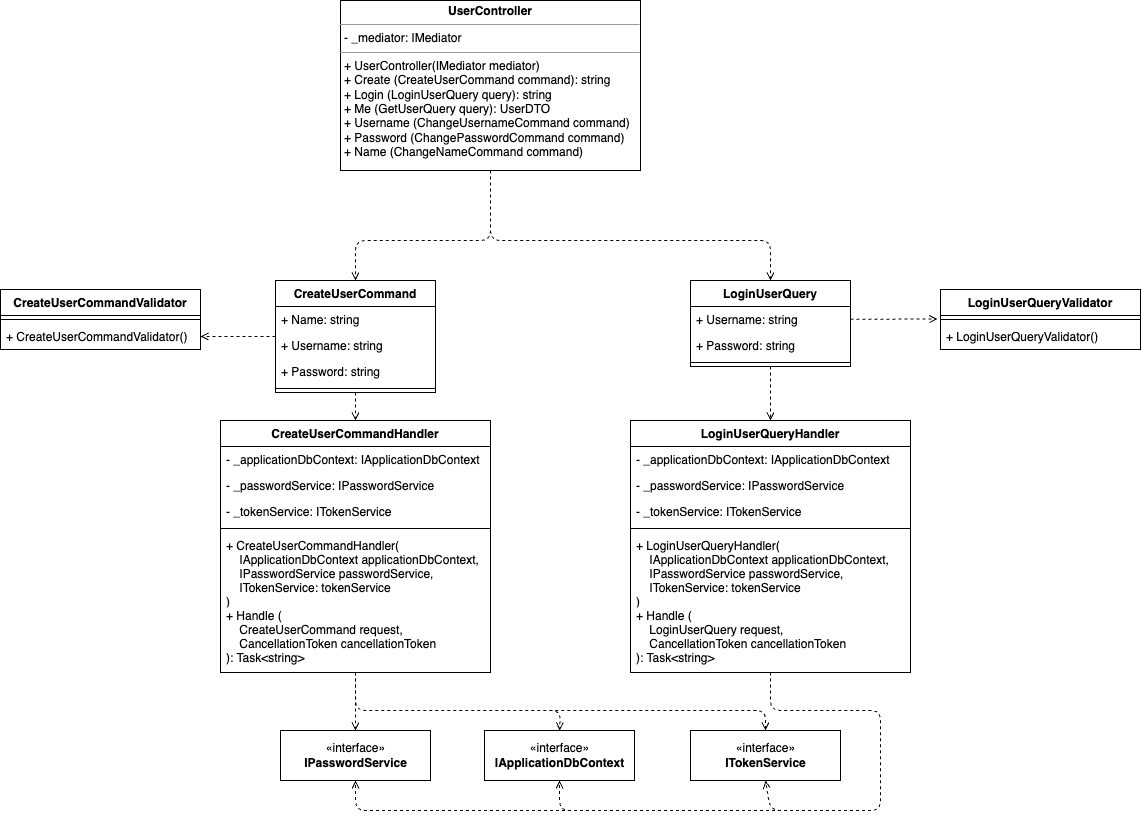
This is documentation/classes/application_layer_classes.drawio.png from Nikditten/BachelorProjekt, a draw.io export, as it was before one commit. Source tidied: cells renumbered, new cells last; positions are measured from the earlier drawing's top-left corner, leaving out a move shared by most shapes. The source it was exported from:
```xml
<mxGraphModel>
  <root>
    <mxCell id="0" />
    <mxCell id="1" parent="0" />
    <mxCell id="2" value="«interface»&lt;br&gt;&lt;b&gt;IApplicationDbContext&lt;/b&gt;" style="html=1;" parent="1" vertex="1">
      <mxGeometry x="484" y="730" width="150" height="50" as="geometry" />
    </mxCell>
    <mxCell id="3" value="«interface»&lt;br&gt;&lt;b&gt;IPasswordService&lt;/b&gt;" style="html=1;" parent="1" vertex="1">
      <mxGeometry x="280" y="730" width="150" height="50" as="geometry" />
    </mxCell>
    <mxCell id="4" value="«interface»&lt;br&gt;&lt;b&gt;ITokenService&lt;/b&gt;" style="html=1;" parent="1" vertex="1">
      <mxGeometry x="690" y="730" width="150" height="50" as="geometry" />
    </mxCell>
    <mxCell id="5" style="edgeStyle=none;html=1;entryX=1;entryY=0.5;entryDx=0;entryDy=0;dashed=1;endArrow=open;endFill=0;" parent="1" edge="1" source="7" target="29">
      <mxGeometry relative="1" as="geometry" />
    </mxCell>
    <mxCell id="6" style="edgeStyle=none;html=1;exitX=0.5;exitY=1;exitDx=0;exitDy=0;entryX=0.5;entryY=0;entryDx=0;entryDy=0;dashed=1;endArrow=open;endFill=0;" parent="1" edge="1" source="7" target="20">
      <mxGeometry relative="1" as="geometry" />
    </mxCell>
    <mxCell id="7" value="CreateUserCommand" style="swimlane;fontStyle=1;align=center;verticalAlign=top;horizontal=1;startSize=26;" parent="1" vertex="1">
      <mxGeometry x="275" y="280" width="160" height="112" as="geometry" />
    </mxCell>
    <mxCell id="8" value="+ Name: string" style="text;strokeColor=none;fillColor=none;align=left;verticalAlign=top;spacingLeft=4;spacingRight=4;overflow=hidden;" parent="7" vertex="1">
      <mxGeometry y="26" width="160" height="26" as="geometry" />
    </mxCell>
    <mxCell id="9" value="+ Username: string" style="text;strokeColor=none;fillColor=none;align=left;verticalAlign=top;spacingLeft=4;spacingRight=4;overflow=hidden;points=[[0,0.5],[1,0.5]];portConstraint=eastwest;" parent="7" vertex="1">
      <mxGeometry y="52" width="160" height="26" as="geometry" />
    </mxCell>
    <mxCell id="10" value="+ Password: string" style="text;strokeColor=none;fillColor=none;align=left;verticalAlign=top;spacingLeft=4;spacingRight=4;overflow=hidden;" parent="7" vertex="1">
      <mxGeometry y="78" width="160" height="26" as="geometry" />
    </mxCell>
    <mxCell id="11" style="line;strokeWidth=1;fillColor=none;align=left;verticalAlign=middle;spacingTop=-1;spacingLeft=3;spacingRight=3;labelPosition=right;strokeColor=inherit;" parent="7" vertex="1">
      <mxGeometry y="104" width="160" height="8" as="geometry" />
    </mxCell>
    <mxCell id="12" style="edgeStyle=none;html=1;exitX=0.5;exitY=1;exitDx=0;exitDy=0;entryX=0.5;entryY=0;entryDx=0;entryDy=0;dashed=1;endArrow=open;endFill=0;" parent="1" edge="1" source="13" target="33">
      <mxGeometry relative="1" as="geometry" />
    </mxCell>
    <mxCell id="13" value="LoginUserQuery" style="swimlane;fontStyle=1;align=center;verticalAlign=top;horizontal=1;startSize=26;" parent="1" vertex="1">
      <mxGeometry x="690" y="280" width="160" height="86" as="geometry" />
    </mxCell>
    <mxCell id="14" value="+ Username: string" style="text;strokeColor=none;fillColor=none;align=left;verticalAlign=top;spacingLeft=4;spacingRight=4;overflow=hidden;points=[[0,0.5],[1,0.5]];portConstraint=eastwest;" parent="13" vertex="1">
      <mxGeometry y="26" width="160" height="26" as="geometry" />
    </mxCell>
    <mxCell id="15" value="+ Password: string" style="text;strokeColor=none;fillColor=none;align=left;verticalAlign=top;spacingLeft=4;spacingRight=4;overflow=hidden;" parent="13" vertex="1">
      <mxGeometry y="52" width="160" height="26" as="geometry" />
    </mxCell>
    <mxCell id="16" style="line;strokeWidth=1;fillColor=none;align=left;verticalAlign=middle;spacingTop=-1;spacingLeft=3;spacingRight=3;labelPosition=right;strokeColor=inherit;" parent="13" vertex="1">
      <mxGeometry y="78" width="160" height="8" as="geometry" />
    </mxCell>
    <mxCell id="17" style="edgeStyle=none;html=1;entryX=0.5;entryY=0;entryDx=0;entryDy=0;dashed=1;endArrow=open;endFill=0;" parent="1" edge="1" source="20" target="3">
      <mxGeometry relative="1" as="geometry" />
    </mxCell>
    <mxCell id="18" style="edgeStyle=none;html=1;entryX=0.5;entryY=0;entryDx=0;entryDy=0;dashed=1;endArrow=open;endFill=0;" parent="1" edge="1" source="20" target="2">
      <mxGeometry relative="1" as="geometry">
        <Array as="points">
          <mxPoint x="355" y="710" />
          <mxPoint x="522" y="710" />
          <mxPoint x="560" y="710" />
        </Array>
      </mxGeometry>
    </mxCell>
    <mxCell id="19" style="edgeStyle=none;html=1;entryX=0.5;entryY=0;entryDx=0;entryDy=0;dashed=1;endArrow=open;endFill=0;" parent="1" edge="1" source="20" target="4">
      <mxGeometry relative="1" as="geometry">
        <Array as="points">
          <mxPoint x="355" y="710" />
          <mxPoint x="765" y="710" />
        </Array>
      </mxGeometry>
    </mxCell>
    <mxCell id="20" value="CreateUserCommandHandler" style="swimlane;fontStyle=1;align=center;verticalAlign=top;horizontal=1;startSize=26;" parent="1" vertex="1">
      <mxGeometry x="220" y="420" width="270" height="252" as="geometry" />
    </mxCell>
    <mxCell id="21" value="- _applicationDbContext: IApplicationDbContext" style="text;strokeColor=none;fillColor=none;align=left;verticalAlign=top;spacingLeft=4;spacingRight=4;overflow=hidden;" parent="20" vertex="1">
      <mxGeometry y="26" width="270" height="26" as="geometry" />
    </mxCell>
    <mxCell id="22" value="- _passwordService: IPasswordService" style="text;strokeColor=none;fillColor=none;align=left;verticalAlign=top;spacingLeft=4;spacingRight=4;overflow=hidden;" parent="20" vertex="1">
      <mxGeometry y="52" width="270" height="26" as="geometry" />
    </mxCell>
    <mxCell id="23" value="- _tokenService: ITokenService" style="text;strokeColor=none;fillColor=none;align=left;verticalAlign=top;spacingLeft=4;spacingRight=4;overflow=hidden;" parent="20" vertex="1">
      <mxGeometry y="78" width="270" height="26" as="geometry" />
    </mxCell>
    <mxCell id="24" style="line;strokeWidth=1;fillColor=none;align=left;verticalAlign=middle;spacingTop=-1;spacingLeft=3;spacingRight=3;labelPosition=right;strokeColor=inherit;" parent="20" vertex="1">
      <mxGeometry y="104" width="270" height="8" as="geometry" />
    </mxCell>
    <mxCell id="25" value="+ CreateUserCommandHandler(&#10;    IApplicationDbContext applicationDbContext,&#10;    IPasswordService passwordService,&#10;    ITokenService: tokenService&#10;)" style="text;strokeColor=none;fillColor=none;align=left;verticalAlign=top;spacingLeft=4;spacingRight=4;overflow=hidden;fontStyle=0;" parent="20" vertex="1">
      <mxGeometry y="112" width="270" height="70" as="geometry" />
    </mxCell>
    <mxCell id="26" value="+ Handle (&#10;    CreateUserCommand request, &#10;    CancellationToken cancellationToken&#10;): Task&lt;string&gt;" style="text;strokeColor=none;fillColor=none;align=left;verticalAlign=top;spacingLeft=4;spacingRight=4;overflow=hidden;" parent="20" vertex="1">
      <mxGeometry y="182" width="270" height="70" as="geometry" />
    </mxCell>
    <mxCell id="27" value="CreateUserCommandValidator" style="swimlane;fontStyle=1;align=center;verticalAlign=top;horizontal=1;startSize=26;" parent="1" vertex="1">
      <mxGeometry y="289" width="200" height="60" as="geometry" />
    </mxCell>
    <mxCell id="28" style="line;strokeWidth=1;fillColor=none;align=left;verticalAlign=middle;spacingTop=-1;spacingLeft=3;spacingRight=3;labelPosition=right;strokeColor=inherit;" parent="27" vertex="1">
      <mxGeometry y="26" width="200" height="8" as="geometry" />
    </mxCell>
    <mxCell id="29" value="+ CreateUserCommandValidator()" style="text;strokeColor=none;fillColor=none;align=left;verticalAlign=top;spacingLeft=4;spacingRight=4;overflow=hidden;points=[[0,0.5],[1,0.5]];portConstraint=eastwest;" parent="27" vertex="1">
      <mxGeometry y="34" width="200" height="26" as="geometry" />
    </mxCell>
    <mxCell id="30" style="edgeStyle=none;html=1;entryX=0.5;entryY=1;entryDx=0;entryDy=0;dashed=1;endArrow=open;endFill=0;" parent="1" edge="1" source="33" target="4">
      <mxGeometry relative="1" as="geometry">
        <Array as="points">
          <mxPoint x="770" y="710" />
          <mxPoint x="880" y="710" />
          <mxPoint x="880" y="810" />
          <mxPoint x="770" y="810" />
        </Array>
      </mxGeometry>
    </mxCell>
    <mxCell id="31" style="edgeStyle=none;html=1;entryX=0.5;entryY=1;entryDx=0;entryDy=0;dashed=1;endArrow=open;endFill=0;" parent="1" edge="1" source="33" target="2">
      <mxGeometry relative="1" as="geometry">
        <Array as="points">
          <mxPoint x="770" y="710" />
          <mxPoint x="880" y="710" />
          <mxPoint x="880" y="810" />
          <mxPoint x="559" y="810" />
        </Array>
      </mxGeometry>
    </mxCell>
    <mxCell id="32" style="edgeStyle=none;html=1;entryX=0.5;entryY=1;entryDx=0;entryDy=0;dashed=1;endArrow=open;endFill=0;" parent="1" edge="1" source="33" target="3">
      <mxGeometry relative="1" as="geometry">
        <Array as="points">
          <mxPoint x="770" y="710" />
          <mxPoint x="880" y="710" />
          <mxPoint x="880" y="810" />
          <mxPoint x="355" y="810" />
        </Array>
      </mxGeometry>
    </mxCell>
    <mxCell id="33" value="LoginUserQueryHandler" style="swimlane;fontStyle=1;align=center;verticalAlign=top;horizontal=1;startSize=26;" parent="1" vertex="1">
      <mxGeometry x="630" y="420" width="280" height="252" as="geometry" />
    </mxCell>
    <mxCell id="34" value="- _applicationDbContext: IApplicationDbContext" style="text;strokeColor=none;fillColor=none;align=left;verticalAlign=top;spacingLeft=4;spacingRight=4;overflow=hidden;" parent="33" vertex="1">
      <mxGeometry y="26" width="280" height="26" as="geometry" />
    </mxCell>
    <mxCell id="35" value="- _passwordService: IPasswordService" style="text;strokeColor=none;fillColor=none;align=left;verticalAlign=top;spacingLeft=4;spacingRight=4;overflow=hidden;" parent="33" vertex="1">
      <mxGeometry y="52" width="280" height="26" as="geometry" />
    </mxCell>
    <mxCell id="36" value="- _tokenService: ITokenService" style="text;strokeColor=none;fillColor=none;align=left;verticalAlign=top;spacingLeft=4;spacingRight=4;overflow=hidden;" parent="33" vertex="1">
      <mxGeometry y="78" width="280" height="26" as="geometry" />
    </mxCell>
    <mxCell id="37" style="line;strokeWidth=1;fillColor=none;align=left;verticalAlign=middle;spacingTop=-1;spacingLeft=3;spacingRight=3;labelPosition=right;strokeColor=inherit;" parent="33" vertex="1">
      <mxGeometry y="104" width="280" height="8" as="geometry" />
    </mxCell>
    <mxCell id="38" value="+ LoginUserQueryHandler(&#10;    IApplicationDbContext applicationDbContext,&#10;    IPasswordService passwordService,&#10;    ITokenService: tokenService&#10;)" style="text;strokeColor=none;fillColor=none;align=left;verticalAlign=top;spacingLeft=4;spacingRight=4;overflow=hidden;fontStyle=0;" parent="33" vertex="1">
      <mxGeometry y="112" width="280" height="70" as="geometry" />
    </mxCell>
    <mxCell id="39" value="+ Handle (&#10;    LoginUserQuery request, &#10;    CancellationToken cancellationToken&#10;): Task&lt;string&gt;" style="text;strokeColor=none;fillColor=none;align=left;verticalAlign=top;spacingLeft=4;spacingRight=4;overflow=hidden;" parent="33" vertex="1">
      <mxGeometry y="182" width="280" height="70" as="geometry" />
    </mxCell>
    <mxCell id="40" style="edgeStyle=none;html=1;entryX=0.5;entryY=0;entryDx=0;entryDy=0;dashed=1;endArrow=open;endFill=0;" parent="1" edge="1" source="42" target="7">
      <mxGeometry relative="1" as="geometry">
        <Array as="points">
          <mxPoint x="490" y="240" />
          <mxPoint x="410" y="240" />
          <mxPoint x="355" y="240" />
        </Array>
      </mxGeometry>
    </mxCell>
    <mxCell id="41" style="edgeStyle=none;html=1;entryX=0.5;entryY=0;entryDx=0;entryDy=0;dashed=1;endArrow=open;endFill=0;" parent="1" edge="1" source="42" target="13">
      <mxGeometry relative="1" as="geometry">
        <Array as="points">
          <mxPoint x="490" y="240" />
          <mxPoint x="770" y="240" />
        </Array>
      </mxGeometry>
    </mxCell>
    <mxCell id="42" value="&lt;p style=&quot;margin:0px;margin-top:4px;text-align:center;&quot;&gt;&lt;b&gt;UserController&lt;/b&gt;&lt;/p&gt;&lt;hr size=&quot;1&quot;&gt;&lt;p style=&quot;margin:0px;margin-left:4px;&quot;&gt;- _mediator: IMediator&lt;/p&gt;&lt;hr size=&quot;1&quot;&gt;&lt;p style=&quot;margin:0px;margin-left:4px;&quot;&gt;+ UserController(IMediator mediator)&lt;/p&gt;&lt;p style=&quot;margin:0px;margin-left:4px;&quot;&gt;+ Create (CreateUserCommand command): string&lt;/p&gt;&lt;p style=&quot;margin:0px;margin-left:4px;&quot;&gt;+ Login (LoginUserQuery query): string&lt;br&gt;&lt;/p&gt;&lt;p style=&quot;margin:0px;margin-left:4px;&quot;&gt;+ Me (GetUserQuery query): UserDTO&lt;/p&gt;&lt;p style=&quot;margin:0px;margin-left:4px;&quot;&gt;+ Username (ChangeUsernameCommand command)&lt;/p&gt;&lt;p style=&quot;margin:0px;margin-left:4px;&quot;&gt;+ Password (ChangePasswordCommand command)&lt;/p&gt;&lt;p style=&quot;margin:0px;margin-left:4px;&quot;&gt;+ Name (ChangeNameCommand command)&lt;/p&gt;" style="verticalAlign=top;align=left;overflow=fill;fontSize=12;fontFamily=Helvetica;html=1;" parent="1" vertex="1">
      <mxGeometry x="340" width="300" height="170" as="geometry" />
    </mxCell>
    <mxCell id="43" value="LoginUserQueryValidator" style="swimlane;fontStyle=1;align=center;verticalAlign=top;horizontal=1;startSize=26;" parent="1" vertex="1">
      <mxGeometry x="940" y="289" width="200" height="60" as="geometry" />
    </mxCell>
    <mxCell id="44" style="line;strokeWidth=1;fillColor=none;align=left;verticalAlign=middle;spacingTop=-1;spacingLeft=3;spacingRight=3;labelPosition=right;points=[];portConstraint=eastwest;strokeColor=inherit;" parent="43" vertex="1">
      <mxGeometry y="26" width="200" height="8" as="geometry" />
    </mxCell>
    <mxCell id="45" value="+ LoginUserQueryValidator()" style="text;strokeColor=none;fillColor=none;align=left;verticalAlign=top;spacingLeft=4;spacingRight=4;overflow=hidden;points=[[0,0.5],[1,0.5]];portConstraint=eastwest;" parent="43" vertex="1">
      <mxGeometry y="34" width="200" height="26" as="geometry" />
    </mxCell>
    <mxCell id="46" style="edgeStyle=none;html=1;entryX=-0.015;entryY=-0.173;entryDx=0;entryDy=0;entryPerimeter=0;dashed=1;endArrow=open;endFill=0;" parent="1" edge="1" source="14" target="45">
      <mxGeometry relative="1" as="geometry" />
    </mxCell>
  </root>
</mxGraphModel>
```
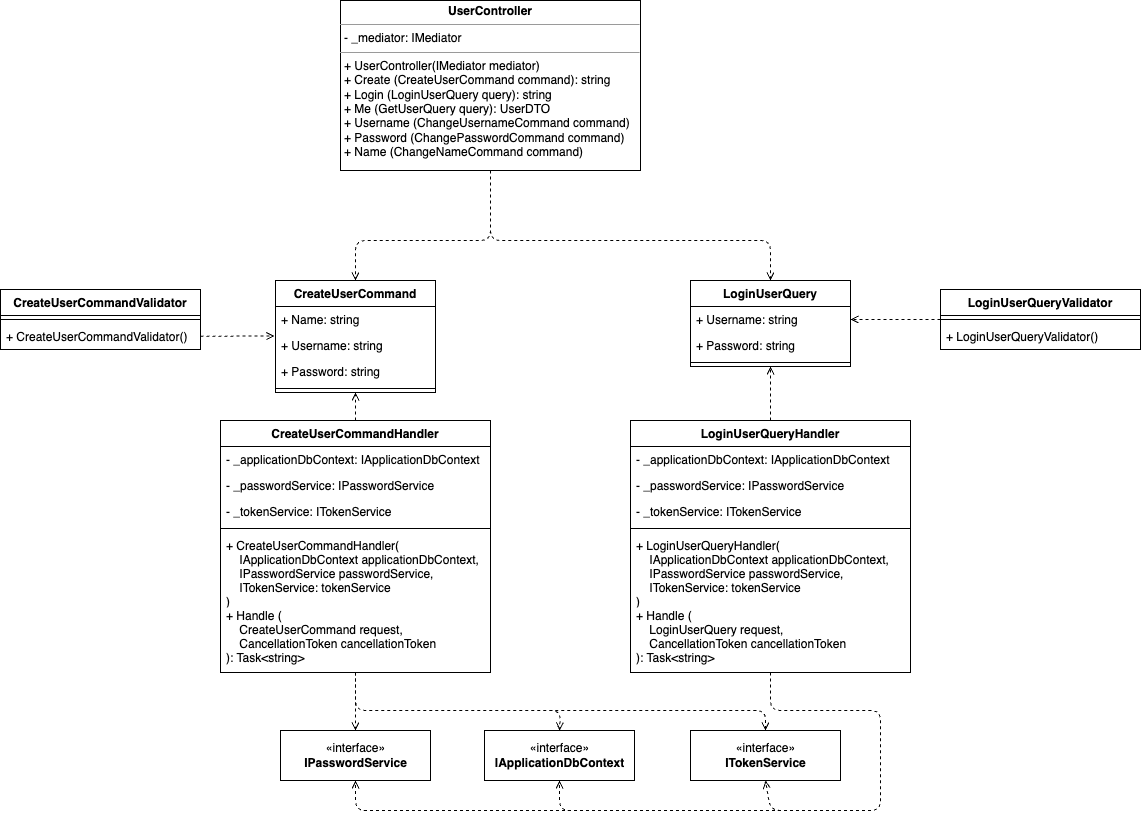
The same diagram one commit later.

Change to the diagram source:
```diff
@@ -11,12 +11,6 @@
     <mxCell id="4" value="«interface»&lt;br&gt;&lt;b&gt;ITokenService&lt;/b&gt;" style="html=1;" parent="1" vertex="1">
       <mxGeometry x="690" y="730" width="150" height="50" as="geometry" />
     </mxCell>
-    <mxCell id="5" style="edgeStyle=none;html=1;entryX=1;entryY=0.5;entryDx=0;entryDy=0;dashed=1;endArrow=open;endFill=0;" parent="1" edge="1" source="7" target="29">
-      <mxGeometry relative="1" as="geometry" />
-    </mxCell>
-    <mxCell id="6" style="edgeStyle=none;html=1;exitX=0.5;exitY=1;exitDx=0;exitDy=0;entryX=0.5;entryY=0;entryDx=0;entryDy=0;dashed=1;endArrow=open;endFill=0;" parent="1" edge="1" source="7" target="20">
-      <mxGeometry relative="1" as="geometry" />
-    </mxCell>
     <mxCell id="7" value="CreateUserCommand" style="swimlane;fontStyle=1;align=center;verticalAlign=top;horizontal=1;startSize=26;" parent="1" vertex="1">
       <mxGeometry x="275" y="280" width="160" height="112" as="geometry" />
     </mxCell>
@@ -32,9 +26,6 @@
     <mxCell id="11" style="line;strokeWidth=1;fillColor=none;align=left;verticalAlign=middle;spacingTop=-1;spacingLeft=3;spacingRight=3;labelPosition=right;strokeColor=inherit;" parent="7" vertex="1">
       <mxGeometry y="104" width="160" height="8" as="geometry" />
     </mxCell>
-    <mxCell id="12" style="edgeStyle=none;html=1;exitX=0.5;exitY=1;exitDx=0;exitDy=0;entryX=0.5;entryY=0;entryDx=0;entryDy=0;dashed=1;endArrow=open;endFill=0;" parent="1" edge="1" source="13" target="33">
-      <mxGeometry relative="1" as="geometry" />
-    </mxCell>
     <mxCell id="13" value="LoginUserQuery" style="swimlane;fontStyle=1;align=center;verticalAlign=top;horizontal=1;startSize=26;" parent="1" vertex="1">
       <mxGeometry x="690" y="280" width="160" height="86" as="geometry" />
     </mxCell>
@@ -67,6 +58,9 @@
         </Array>
       </mxGeometry>
     </mxCell>
+    <mxCell id="47" style="edgeStyle=none;html=1;exitX=0.5;exitY=0;exitDx=0;exitDy=0;entryX=0.5;entryY=1;entryDx=0;entryDy=0;dashed=1;endArrow=open;endFill=0;" parent="1" edge="1" source="20" target="7">
+      <mxGeometry relative="1" as="geometry" />
+    </mxCell>
     <mxCell id="20" value="CreateUserCommandHandler" style="swimlane;fontStyle=1;align=center;verticalAlign=top;horizontal=1;startSize=26;" parent="1" vertex="1">
       <mxGeometry x="220" y="420" width="270" height="252" as="geometry" />
     </mxCell>
@@ -127,6 +121,9 @@
         </Array>
       </mxGeometry>
     </mxCell>
+    <mxCell id="48" style="edgeStyle=none;html=1;exitX=0.5;exitY=0;exitDx=0;exitDy=0;entryX=0.5;entryY=1;entryDx=0;entryDy=0;dashed=1;endArrow=open;endFill=0;" parent="1" edge="1" source="33" target="13">
+      <mxGeometry relative="1" as="geometry" />
+    </mxCell>
     <mxCell id="33" value="LoginUserQueryHandler" style="swimlane;fontStyle=1;align=center;verticalAlign=top;horizontal=1;startSize=26;" parent="1" vertex="1">
       <mxGeometry x="630" y="420" width="280" height="252" as="geometry" />
     </mxCell>
@@ -177,8 +174,11 @@
     <mxCell id="45" value="+ LoginUserQueryValidator()" style="text;strokeColor=none;fillColor=none;align=left;verticalAlign=top;spacingLeft=4;spacingRight=4;overflow=hidden;points=[[0,0.5],[1,0.5]];portConstraint=eastwest;" parent="43" vertex="1">
       <mxGeometry y="34" width="200" height="26" as="geometry" />
     </mxCell>
-    <mxCell id="46" style="edgeStyle=none;html=1;entryX=-0.015;entryY=-0.173;entryDx=0;entryDy=0;entryPerimeter=0;dashed=1;endArrow=open;endFill=0;" parent="1" edge="1" source="14" target="45">
-      <mxGeometry relative="1" as="geometry" />
-    </mxCell>
+    <mxCell id="49" style="edgeStyle=none;html=1;entryX=-0.006;entryY=0.135;entryDx=0;entryDy=0;entryPerimeter=0;dashed=1;endArrow=open;endFill=0;" parent="1" edge="1" source="29" target="9">
+      <mxGeometry relative="1" as="geometry" />
+    </mxCell>
+    <mxCell id="50" style="edgeStyle=none;html=1;entryX=1;entryY=0.5;entryDx=0;entryDy=0;dashed=1;endArrow=open;endFill=0;" parent="1" edge="1" source="44" target="14">
+      <mxGeometry relative="1" as="geometry" />
+    </mxCell>
   </root>
 </mxGraphModel>
```
